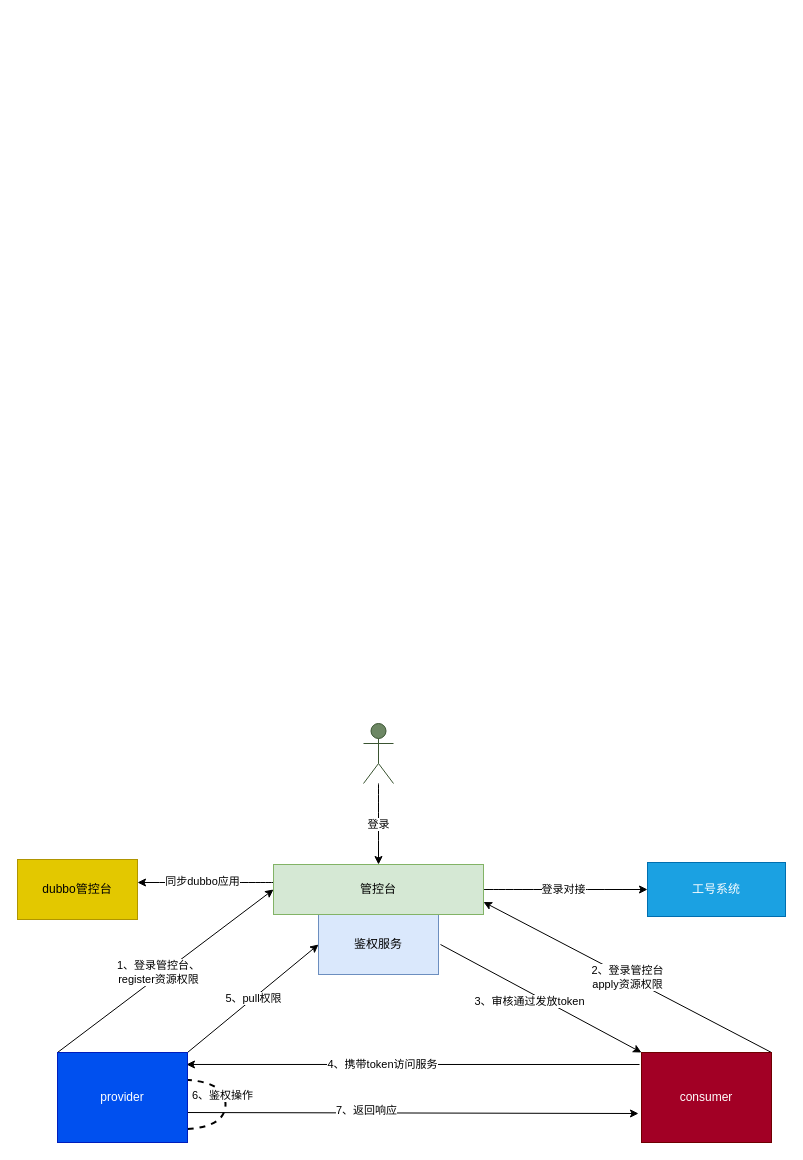
This is 鉴权中心一期.drawio from gitcodeporter/draw-uml, a draw.io file, before an edit. Source tidied: cells renumbered, new cells numbered last; positions are measured from the earlier drawing's top-left corner, leaving out a move shared by most shapes. Both pictures are drawn from the tidied source at 100%, with x=0, y=0 at pixel (17, 723).
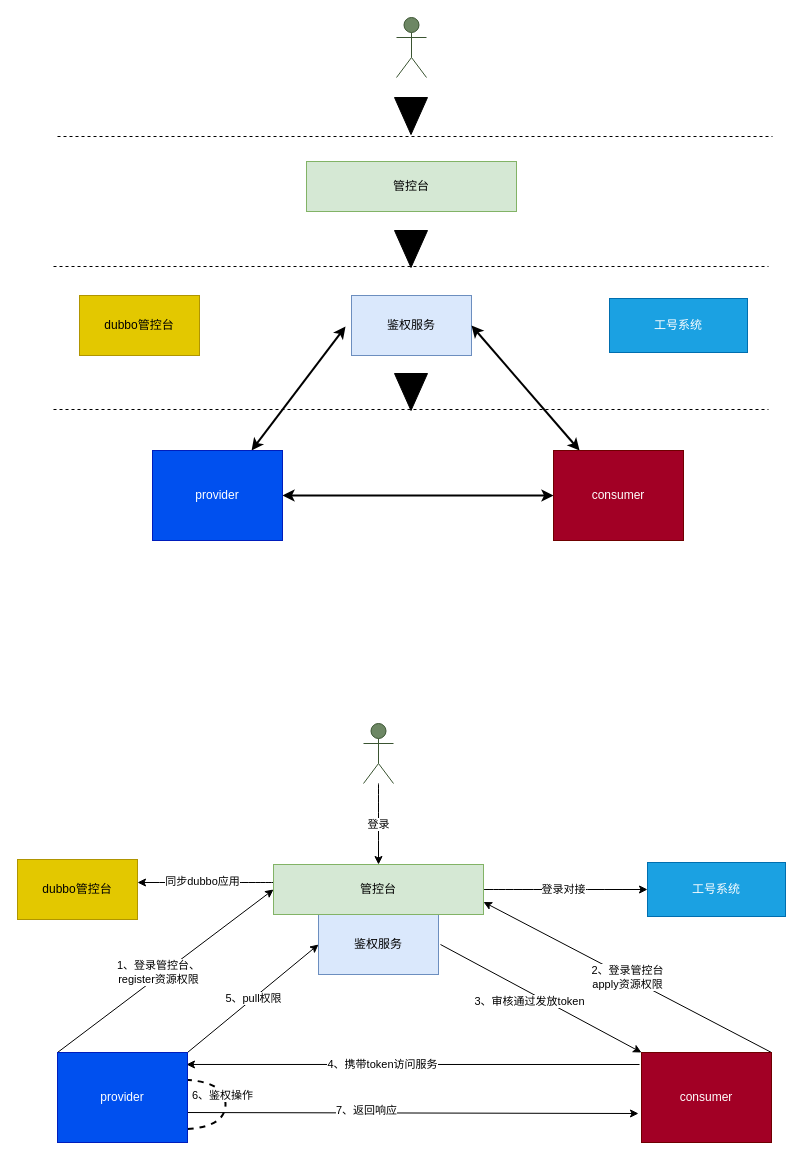
Above is the later version.

Commit message:
更新鉴权中心一期.drawio

Change to the diagram source:
```diff
@@
+    <mxCell id="26" value="管控台" style="rounded=0;whiteSpace=wrap;html=1;fillColor=#d5e8d4;strokeColor=#82b366;" parent="1" vertex="1">
+      <mxGeometry x="289" y="-562" width="210" height="50" as="geometry" />
+    </mxCell>
+    <mxCell id="27" value="Actor" style="shape=umlActor;verticalLabelPosition=bottom;verticalAlign=top;html=1;fillColor=#6d8764;strokeColor=#3A5431;fontColor=#ffffff;" parent="1" vertex="1">
+      <mxGeometry x="379" y="-706" width="30" height="60" as="geometry" />
+    </mxCell>
+    <mxCell id="28" style="endArrow=none;html=1;dashed=1;" parent="1" edge="1">
+      <mxGeometry relative="1" as="geometry">
+        <mxPoint x="40" y="-587" as="sourcePoint" />
+        <mxPoint x="755" y="-587" as="targetPoint" />
+      </mxGeometry>
+    </mxCell>
+    <mxCell id="29" value="工号系统" style="rounded=0;whiteSpace=wrap;html=1;fillColor=#1ba1e2;strokeColor=#006EAF;fontColor=#ffffff;" parent="1" vertex="1">
+      <mxGeometry x="592" y="-425" width="138" height="54" as="geometry" />
+    </mxCell>
+    <mxCell id="30" value="dubbo管控台" style="rounded=0;whiteSpace=wrap;html=1;fillColor=#e3c800;strokeColor=#B09500;fontColor=#000000;" parent="1" vertex="1">
+      <mxGeometry x="62" y="-428" width="120" height="60" as="geometry" />
+    </mxCell>
+    <mxCell id="31" style="triangle;whiteSpace=wrap;html=1;rotation=90;fillColor=#000000;" parent="1" vertex="1">
+      <mxGeometry x="375" y="-624" width="37" height="33" as="geometry" />
+    </mxCell>
+    <mxCell id="32" style="endArrow=none;html=1;dashed=1;" parent="1" edge="1">
+      <mxGeometry relative="1" as="geometry">
+        <mxPoint x="36" y="-457" as="sourcePoint" />
+        <mxPoint x="751" y="-457" as="targetPoint" />
+      </mxGeometry>
+    </mxCell>
+    <mxCell id="33" value="鉴权服务" style="rounded=0;whiteSpace=wrap;html=1;fillColor=#dae8fc;strokeColor=#6c8ebf;" parent="1" vertex="1">
+      <mxGeometry x="334" y="-428" width="120" height="60" as="geometry" />
+    </mxCell>
+    <mxCell id="34" style="triangle;whiteSpace=wrap;html=1;rotation=90;fillColor=#000000;" parent="1" vertex="1">
+      <mxGeometry x="375" y="-491" width="37" height="33" as="geometry" />
+    </mxCell>
+    <mxCell id="35" style="edgeStyle=orthogonalEdgeStyle;curved=1;rounded=0;jettySize=auto;html=1;startArrow=classic;startFill=1;strokeWidth=2;" parent="1" edge="1" source="37" target="39">
+      <mxGeometry relative="1" as="geometry" />
+    </mxCell>
+    <mxCell id="36" style="edgeStyle=none;rounded=0;jettySize=auto;html=1;entryX=-0.05;entryY=0.517;entryDx=0;entryDy=0;entryPerimeter=0;startArrow=classic;startFill=1;strokeWidth=2;" parent="1" edge="1" source="37" target="33">
+      <mxGeometry relative="1" as="geometry" />
+    </mxCell>
+    <mxCell id="37" value="provider" style="rounded=0;whiteSpace=wrap;html=1;fillColor=#0050ef;strokeColor=#001DBC;fontColor=#ffffff;" parent="1" vertex="1">
+      <mxGeometry x="135" y="-273" width="130" height="90" as="geometry" />
+    </mxCell>
+    <mxCell id="38" style="edgeStyle=none;rounded=0;jettySize=auto;html=1;entryX=1;entryY=0.5;entryDx=0;entryDy=0;startArrow=classic;startFill=1;strokeWidth=2;" parent="1" edge="1" source="39" target="33">
+      <mxGeometry relative="1" as="geometry" />
+    </mxCell>
+    <mxCell id="39" value="consumer" style="rounded=0;whiteSpace=wrap;html=1;fillColor=#a20025;strokeColor=#6F0000;fontColor=#ffffff;" parent="1" vertex="1">
+      <mxGeometry x="536" y="-273" width="130" height="90" as="geometry" />
+    </mxCell>
+    <mxCell id="40" style="endArrow=none;html=1;dashed=1;" parent="1" edge="1">
+      <mxGeometry relative="1" as="geometry">
+        <mxPoint x="36" y="-314" as="sourcePoint" />
+        <mxPoint x="751" y="-314" as="targetPoint" />
+      </mxGeometry>
+    </mxCell>
+    <mxCell id="41" style="triangle;whiteSpace=wrap;html=1;rotation=90;fillColor=#000000;" parent="1" vertex="1">
+      <mxGeometry x="375" y="-348" width="37" height="33" as="geometry" />
+    </mxCell>
```
